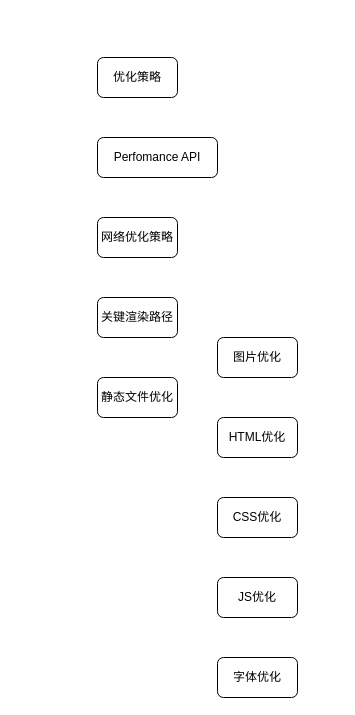
Above: 前端性能优化.drawio in yanhanfrontend/draw.io.workspace (draw.io), before the change. Source tidied: cells renumbered, new cells numbered last; positions are measured from the earlier drawing's top-left corner, leaving out a move shared by most shapes. Both pictures are drawn from the tidied source at 100%, with x=0, y=0 at pixel (97, 57).
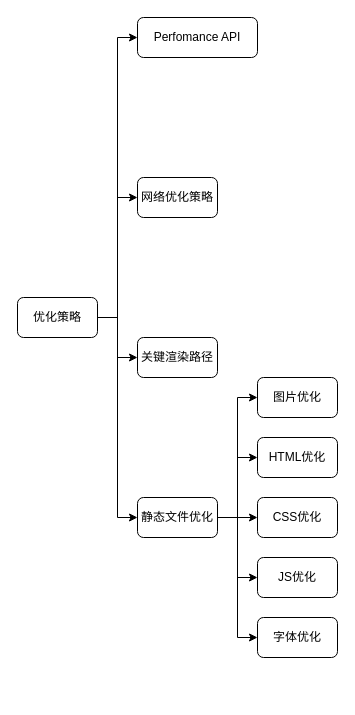
The same diagram, later.

Commit message (it also covers changes not shown here):
更新前端性能优化.drawio

Diff of the diagram source:
```diff
@@
     <mxCell id="2" value="Perfomance API" style="rounded=1;whiteSpace=wrap;html=1;" parent="1" vertex="1">
-      <mxGeometry y="80" width="120" height="40" as="geometry" />
+      <mxGeometry x="40" y="-40" width="120" height="40" as="geometry" />
     </mxCell>
+    <mxCell id="12" style="edgeStyle=orthogonalEdgeStyle;rounded=0;jettySize=auto;html=1;exitX=1;exitY=0.5;exitDx=0;exitDy=0;entryX=0;entryY=0.5;entryDx=0;entryDy=0;" parent="1" edge="1" source="3" target="2">
+      <mxGeometry relative="1" as="geometry" />
+    </mxCell>
+    <mxCell id="13" style="edgeStyle=orthogonalEdgeStyle;rounded=0;jettySize=auto;html=1;exitX=1;exitY=0.5;exitDx=0;exitDy=0;entryX=0;entryY=0.5;entryDx=0;entryDy=0;" parent="1" edge="1" source="3" target="4">
+      <mxGeometry relative="1" as="geometry" />
+    </mxCell>
+    <mxCell id="14" style="edgeStyle=orthogonalEdgeStyle;rounded=0;jettySize=auto;html=1;exitX=1;exitY=0.5;exitDx=0;exitDy=0;entryX=0;entryY=0.5;entryDx=0;entryDy=0;" parent="1" edge="1" source="3" target="5">
+      <mxGeometry relative="1" as="geometry" />
+    </mxCell>
+    <mxCell id="15" style="edgeStyle=orthogonalEdgeStyle;rounded=0;jettySize=auto;html=1;exitX=1;exitY=0.5;exitDx=0;exitDy=0;entryX=0;entryY=0.5;entryDx=0;entryDy=0;" parent="1" edge="1" source="3" target="6">
+      <mxGeometry relative="1" as="geometry" />
+    </mxCell>
     <mxCell id="3" value="优化策略" style="rounded=1;whiteSpace=wrap;html=1;" parent="1" vertex="1">
-      <mxGeometry width="80" height="40" as="geometry" />
+      <mxGeometry x="-80" y="240" width="80" height="40" as="geometry" />
     </mxCell>
     <mxCell id="4" value="网络优化策略" style="rounded=1;whiteSpace=wrap;html=1;" parent="1" vertex="1">
-      <mxGeometry y="160" width="80" height="40" as="geometry" />
+      <mxGeometry x="40" y="120" width="80" height="40" as="geometry" />
     </mxCell>
     <mxCell id="5" value="关键渲染路径" style="rounded=1;whiteSpace=wrap;html=1;" parent="1" vertex="1">
-      <mxGeometry y="240" width="80" height="40" as="geometry" />
+      <mxGeometry x="40" y="280" width="80" height="40" as="geometry" />
     </mxCell>
+    <mxCell id="16" style="edgeStyle=orthogonalEdgeStyle;rounded=0;jettySize=auto;html=1;exitX=1;exitY=0.5;exitDx=0;exitDy=0;entryX=0;entryY=0.5;entryDx=0;entryDy=0;" parent="1" edge="1" source="6" target="7">
+      <mxGeometry relative="1" as="geometry" />
+    </mxCell>
+    <mxCell id="17" style="edgeStyle=orthogonalEdgeStyle;rounded=0;jettySize=auto;html=1;exitX=1;exitY=0.5;exitDx=0;exitDy=0;entryX=0;entryY=0.5;entryDx=0;entryDy=0;" parent="1" edge="1" source="6" target="8">
+      <mxGeometry relative="1" as="geometry" />
+    </mxCell>
+    <mxCell id="18" style="edgeStyle=orthogonalEdgeStyle;rounded=0;jettySize=auto;html=1;exitX=1;exitY=0.5;exitDx=0;exitDy=0;entryX=0;entryY=0.5;entryDx=0;entryDy=0;" parent="1" edge="1" source="6" target="9">
+      <mxGeometry relative="1" as="geometry" />
+    </mxCell>
+    <mxCell id="19" style="edgeStyle=orthogonalEdgeStyle;rounded=0;jettySize=auto;html=1;exitX=1;exitY=0.5;exitDx=0;exitDy=0;entryX=0;entryY=0.5;entryDx=0;entryDy=0;" parent="1" edge="1" source="6" target="10">
+      <mxGeometry relative="1" as="geometry" />
+    </mxCell>
+    <mxCell id="20" style="edgeStyle=orthogonalEdgeStyle;rounded=0;jettySize=auto;html=1;exitX=1;exitY=0.5;exitDx=0;exitDy=0;entryX=0;entryY=0.5;entryDx=0;entryDy=0;" parent="1" edge="1" source="6" target="11">
+      <mxGeometry relative="1" as="geometry" />
+    </mxCell>
     <mxCell id="6" value="静态文件优化" style="rounded=1;whiteSpace=wrap;html=1;" parent="1" vertex="1">
-      <mxGeometry y="320" width="80" height="40" as="geometry" />
+      <mxGeometry x="40" y="440" width="80" height="40" as="geometry" />
     </mxCell>
     <mxCell id="7" value="图片优化" style="rounded=1;whiteSpace=wrap;html=1;" parent="1" vertex="1">
-      <mxGeometry x="120" y="280" width="80" height="40" as="geometry" />
+      <mxGeometry x="160" y="320" width="80" height="40" as="geometry" />
     </mxCell>
     <mxCell id="8" value="HTML优化" style="rounded=1;whiteSpace=wrap;html=1;" parent="1" vertex="1">
-      <mxGeometry x="120" y="360" width="80" height="40" as="geometry" />
+      <mxGeometry x="160" y="380" width="80" height="40" as="geometry" />
     </mxCell>
     <mxCell id="9" value="CSS优化" style="rounded=1;whiteSpace=wrap;html=1;" parent="1" vertex="1">
-      <mxGeometry x="120" y="440" width="80" height="40" as="geometry" />
+      <mxGeometry x="160" y="440" width="80" height="40" as="geometry" />
     </mxCell>
     <mxCell id="10" value="JS优化" style="rounded=1;whiteSpace=wrap;html=1;" parent="1" vertex="1">
-      <mxGeometry x="120" y="520" width="80" height="40" as="geometry" />
+      <mxGeometry x="160" y="500" width="80" height="40" as="geometry" />
     </mxCell>
     <mxCell id="11" value="字体优化" style="rounded=1;whiteSpace=wrap;html=1;" parent="1" vertex="1">
-      <mxGeometry x="120" y="600" width="80" height="40" as="geometry" />
+      <mxGeometry x="160" y="560" width="80" height="40" as="geometry" />
     </mxCell>
```
